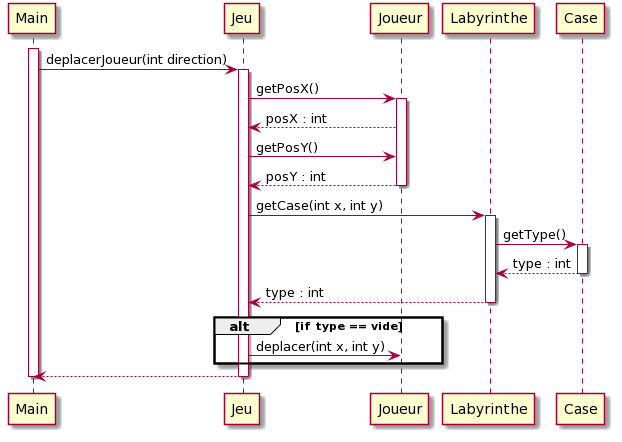
The PlantUML diagram documents/version_1/Diagramme_séquence_mouvement_contre_mur.png in icetomtom/2020_COO_Zeldiablo_muller742u_etchevar1u_huet41u_bouillo15u, before a commit.
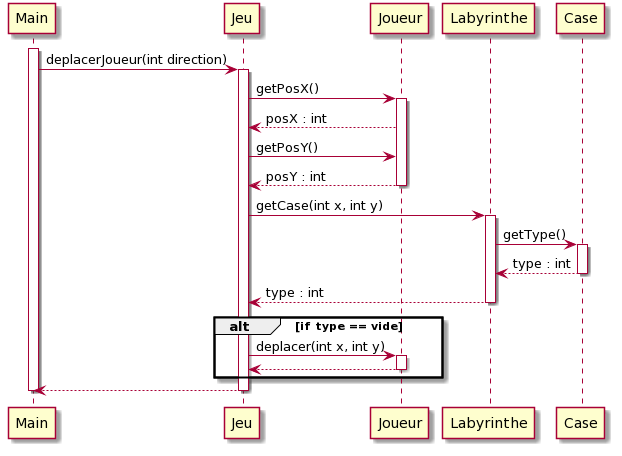
Above is the later version.

Commit message:
Changement diagramme de sequence

Change to the diagram source:
```diff
@@ -23,6 +23,9 @@
 
 alt if type == vide
     Jeu -> Joueur : deplacer(int x, int y)
+    activate Joueur
+    Joueur --> Jeu
+    deactivate Joueur
 end
 
 Jeu --> Main
```
